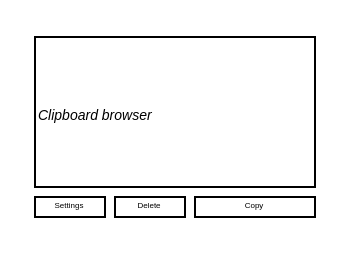
The draw.io diagram page "Landscape" (3 of 4) of ui.drawio in charles-m-knox/go-fltk-clipboard, before the edit. Source tidied: cells renumbered, new cells numbered last; positions are measured from the earlier drawing's top-left corner, leaving out a move shared by most shapes. Both pictures are drawn from the tidied source at 200%, with x=0, y=0 at pixel (34, 36).
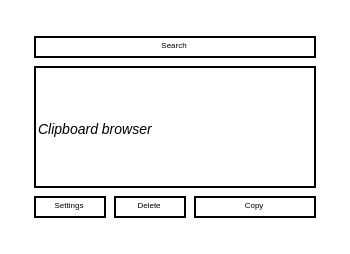
The same page after the edit.

Commit message (it also covers changes not shown here):
add search field, bump to v0.0.3

Change to the diagram source:
```diff
@@
 <mxGraphModel>
   <root>
     <mxCell id="0" />
     <mxCell id="1" parent="0" />
     <mxCell id="2" value="&lt;p style=&quot;line-height: 120%; font-size: 4px;&quot;&gt;Settings&lt;/p&gt;" style="rounded=0;whiteSpace=wrap;html=1;" parent="1" vertex="1">
       <mxGeometry y="80" width="35" height="10" as="geometry" />
     </mxCell>
     <mxCell id="3" value="&lt;i&gt;&lt;font style=&quot;font-size: 7px;&quot;&gt;Clipboard browser&lt;/font&gt;&lt;/i&gt;" style="rounded=0;whiteSpace=wrap;html=1;align=left;" parent="1" vertex="1">
-      <mxGeometry width="140" height="75" as="geometry" />
+      <mxGeometry y="15" width="140" height="60" as="geometry" />
     </mxCell>
     <mxCell id="4" value="&lt;p style=&quot;line-height: 120%; font-size: 4px;&quot;&gt;Delete&lt;/p&gt;" style="rounded=0;whiteSpace=wrap;html=1;" parent="1" vertex="1">
       <mxGeometry x="40" y="80" width="35" height="10" as="geometry" />
     </mxCell>
     <mxCell id="5" value="&lt;p style=&quot;line-height: 120%; font-size: 4px;&quot;&gt;Copy&lt;/p&gt;" style="rounded=0;whiteSpace=wrap;html=1;" parent="1" vertex="1">
       <mxGeometry x="80" y="80" width="60" height="10" as="geometry" />
     </mxCell>
+    <mxCell id="6" value="&lt;p style=&quot;line-height: 120%; font-size: 4px;&quot;&gt;Search&lt;/p&gt;" style="rounded=0;whiteSpace=wrap;html=1;" parent="1" vertex="1">
+      <mxGeometry width="140" height="10" as="geometry" />
+    </mxCell>
   </root>
 </mxGraphModel>
```
